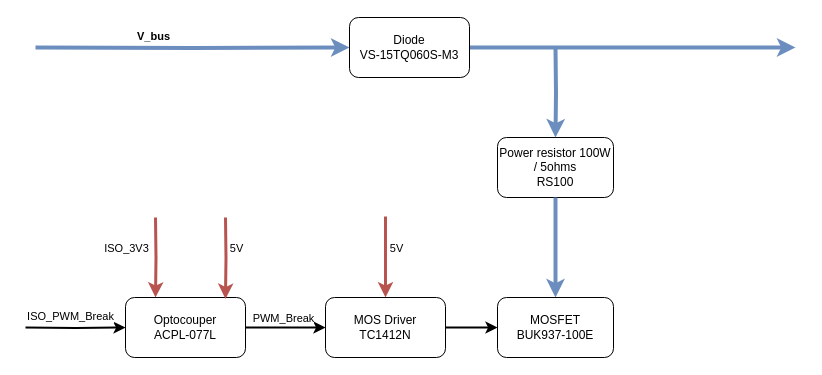
Before: page "Break_module" (4 of 4) of Documentation/synopsis/AAP_Inverter.drawio in DBXYD/AAP_ENSEA_Inverter, a draw.io diagram. Source tidied: cells renumbered, new cells numbered last; positions are measured from the earlier drawing's top-left corner, leaving out a move shared by most shapes. Both pictures are drawn from the tidied source at 100%, with x=0, y=0 at pixel (25, 17).
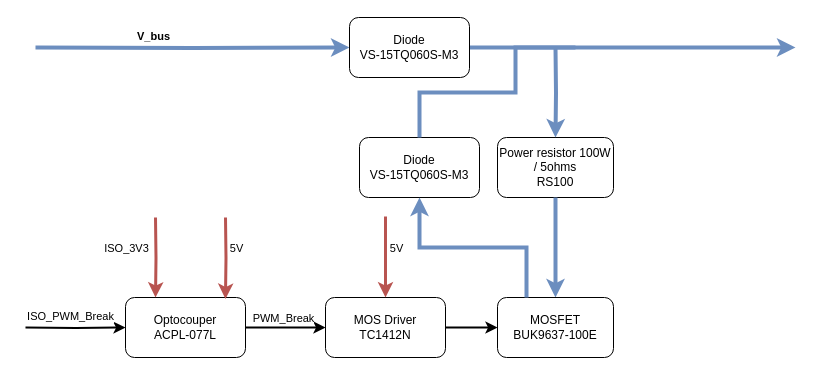
After the change.

The edit, as a diff of the source:
```diff
@@
-    <mxCell id="6" value="&lt;div&gt;MOSFET&lt;/div&gt;&lt;div&gt;BUK937-100E&lt;br&gt;&lt;/div&gt;" style="rounded=1;whiteSpace=wrap;html=1;" parent="1" vertex="1">
+    <mxCell id="6" value="&lt;div&gt;MOSFET&lt;/div&gt;&lt;div&gt;BUK9637-100E&lt;br&gt;&lt;/div&gt;" style="rounded=1;whiteSpace=wrap;html=1;" parent="1" vertex="1">
       <mxGeometry x="472" y="280" width="116" height="60" as="geometry" />
     </mxCell>
@@
+    <mxCell id="23" value="&lt;div&gt;Diode&lt;/div&gt;&lt;div&gt;VS-15TQ060S-M3&lt;/div&gt;" style="rounded=1;whiteSpace=wrap;html=1;" parent="1" vertex="1">
+      <mxGeometry x="334" y="120" width="120" height="60" as="geometry" />
+    </mxCell>
+    <mxCell id="24" style="endArrow=classic;html=1;rounded=0;entryX=0.5;entryY=1;entryDx=0;entryDy=0;fillColor=#dae8fc;strokeColor=#6c8ebf;strokeWidth=4;exitX=0.25;exitY=0;exitDx=0;exitDy=0;edgeStyle=orthogonalEdgeStyle;" parent="1" edge="1" source="6" target="23">
+      <mxGeometry relative="1" as="geometry" />
+    </mxCell>
+    <mxCell id="25" style="endArrow=none;html=1;rounded=0;fillColor=#dae8fc;strokeColor=#6c8ebf;strokeWidth=4;edgeStyle=orthogonalEdgeStyle;exitX=0.5;exitY=0;exitDx=0;exitDy=0;" parent="1" edge="1" source="23">
+      <mxGeometry relative="1" as="geometry">
+        <mxPoint x="550" y="30" as="targetPoint" />
+        <Array as="points">
+          <mxPoint x="394" y="75" />
+          <mxPoint x="490" y="75" />
+          <mxPoint x="490" y="30" />
+        </Array>
+      </mxGeometry>
+    </mxCell>
```
